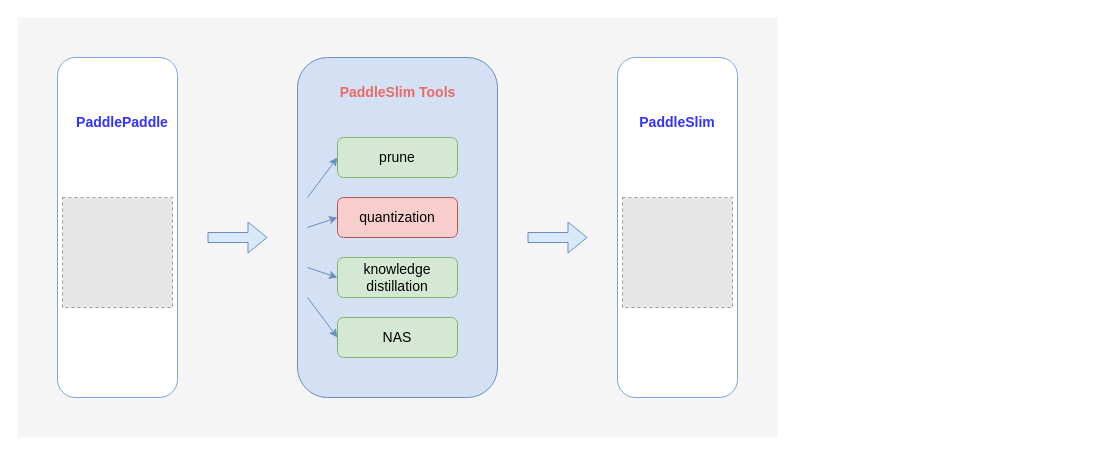
Before: PaddleSlim flow.drawio in alanzhai219/dive_into_framework, a draw.io diagram. Source tidied: cells renumbered, new cells numbered last; positions are measured from the earlier drawing's top-left corner, leaving out a move shared by most shapes. Both pictures are drawn from the tidied source at 100%, with x=0, y=0 at pixel (17, 17). Pictures stored in the file or linked from it are replaced by grey dashed boxes.
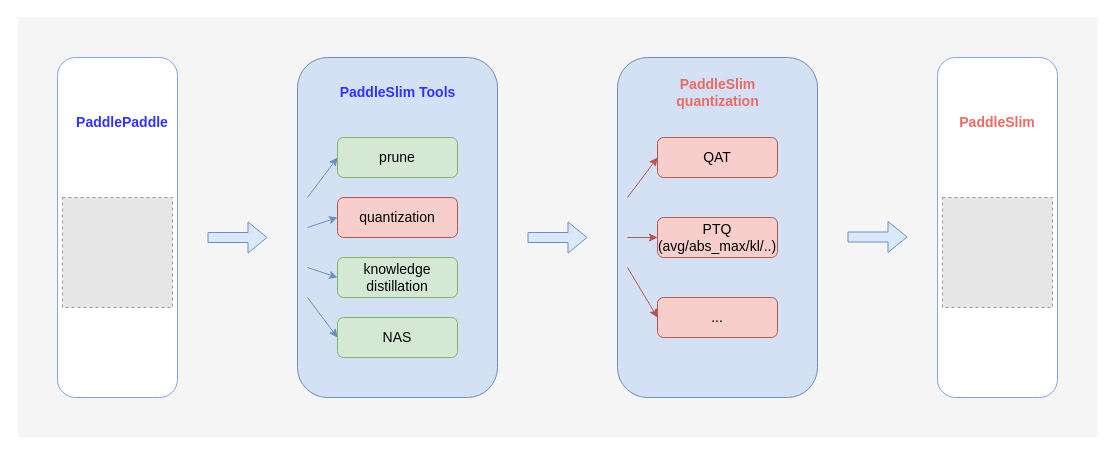
Above is the later version.

What changed in the source:
```diff
@@
     <mxCell id="2" style="rounded=0;whiteSpace=wrap;html=1;strokeColor=none;fontFamily=Helvetica;fontSize=14;fontColor=#333333;fillColor=#F5F5F5;shadow=0;glass=0;" parent="1" vertex="1">
-      <mxGeometry width="760" height="420" as="geometry" />
+      <mxGeometry width="1080" height="420" as="geometry" />
     </mxCell>
@@
     <mxCell id="7" style="rounded=1;whiteSpace=wrap;html=1;strokeColor=#7EA6E0;" parent="1" vertex="1">
-      <mxGeometry x="600" y="40" width="120" height="340" as="geometry" />
+      <mxGeometry x="920" y="40" width="120" height="340" as="geometry" />
     </mxCell>
     <mxCell id="8" style="fillColor=#E6E6E6;strokeColor=#999999;dashed=1;verticalLabelPosition=bottom;labelBackgroundColor=default;verticalAlign=top;" parent="1" vertex="1">
-      <mxGeometry x="605" y="180" width="110" height="110" as="geometry" />
+      <mxGeometry x="925" y="180" width="110" height="110" as="geometry" />
     </mxCell>
-    <mxCell id="9" value="&lt;b&gt;&lt;font color=&quot;#3333ff&quot; style=&quot;font-size: 14px;&quot;&gt;PaddleSlim&lt;/font&gt;&lt;/b&gt;" style="text;html=1;strokeColor=none;fillColor=none;align=center;verticalAlign=middle;whiteSpace=wrap;rounded=0;" parent="1" vertex="1">
-      <mxGeometry x="610" y="90" width="100" height="30" as="geometry" />
+    <mxCell id="9" value="&lt;b&gt;&lt;font color=&quot;#ea6b66&quot; style=&quot;font-size: 14px;&quot;&gt;PaddleSlim&lt;/font&gt;&lt;/b&gt;" style="text;html=1;strokeColor=none;fillColor=none;align=center;verticalAlign=middle;whiteSpace=wrap;rounded=0;" parent="1" vertex="1">
+      <mxGeometry x="930" y="90" width="100" height="30" as="geometry" />
     </mxCell>
@@
-    <mxCell id="14" value="&lt;font color=&quot;#ea6b66&quot; face=&quot;Helvetica&quot;&gt;&lt;b style=&quot;&quot;&gt;PaddleSlim Tools&lt;/b&gt;&lt;/font&gt;" style="text;html=1;strokeColor=none;fillColor=none;align=center;verticalAlign=middle;whiteSpace=wrap;rounded=0;fontFamily=Lucida Console;fontSize=14;fontColor=#3333FF;" parent="1" vertex="1">
+    <mxCell id="14" value="&lt;font face=&quot;Helvetica&quot;&gt;&lt;b style=&quot;&quot;&gt;PaddleSlim Tools&lt;/b&gt;&lt;/font&gt;" style="text;html=1;strokeColor=none;fillColor=none;align=center;verticalAlign=middle;whiteSpace=wrap;rounded=0;fontFamily=Lucida Console;fontSize=14;fontColor=#3333FF;" parent="1" vertex="1">
       <mxGeometry x="307.5" y="60" width="145" height="30" as="geometry" />
     </mxCell>
@@
+    <mxCell id="21" style="rounded=1;whiteSpace=wrap;html=1;strokeColor=#6c8ebf;fontSize=14;fillColor=#D4E1F5;" parent="1" vertex="1">
+      <mxGeometry x="600" y="40" width="200" height="340" as="geometry" />
+    </mxCell>
+    <mxCell id="22" value="QAT" style="rounded=1;whiteSpace=wrap;html=1;strokeColor=#b85450;fontSize=14;fillColor=#f8cecc;" parent="1" vertex="1">
+      <mxGeometry x="640" y="120" width="120" height="40" as="geometry" />
+    </mxCell>
+    <mxCell id="23" value="PTQ&lt;br&gt;(avg/abs_max/kl/..)" style="rounded=1;whiteSpace=wrap;html=1;strokeColor=#b85450;fontSize=14;fillColor=#f8cecc;" parent="1" vertex="1">
+      <mxGeometry x="640" y="200" width="120" height="40" as="geometry" />
+    </mxCell>
+    <mxCell id="24" value="..." style="rounded=1;whiteSpace=wrap;html=1;strokeColor=#b85450;fontSize=14;fillColor=#f8cecc;" parent="1" vertex="1">
+      <mxGeometry x="640" y="280" width="120" height="40" as="geometry" />
+    </mxCell>
+    <mxCell id="25" value="&lt;font color=&quot;#ea6b66&quot; face=&quot;Helvetica&quot;&gt;&lt;b style=&quot;&quot;&gt;PaddleSlim quantization&lt;/b&gt;&lt;/font&gt;" style="text;html=1;strokeColor=none;fillColor=none;align=center;verticalAlign=middle;whiteSpace=wrap;rounded=0;fontFamily=Lucida Console;fontSize=14;fontColor=#3333FF;" parent="1" vertex="1">
+      <mxGeometry x="627.5" y="60" width="145" height="30" as="geometry" />
+    </mxCell>
+    <mxCell id="26" style="endArrow=classic;html=1;rounded=0;fontFamily=Helvetica;fontSize=14;fontColor=#EA6B66;entryX=0;entryY=0.5;entryDx=0;entryDy=0;fillColor=#f8cecc;strokeColor=#b85450;" parent="1" edge="1" target="22">
+      <mxGeometry relative="1" as="geometry">
+        <mxPoint x="610" y="180" as="sourcePoint" />
+      </mxGeometry>
+    </mxCell>
+    <mxCell id="27" style="endArrow=classic;html=1;rounded=0;fontFamily=Helvetica;fontSize=14;fontColor=#EA6B66;entryX=0;entryY=0.5;entryDx=0;entryDy=0;fillColor=#f8cecc;strokeColor=#b85450;" parent="1" edge="1" target="23">
+      <mxGeometry relative="1" as="geometry">
+        <mxPoint x="610" y="220" as="sourcePoint" />
+      </mxGeometry>
+    </mxCell>
+    <mxCell id="28" style="endArrow=classic;html=1;rounded=0;fontFamily=Helvetica;fontSize=14;fontColor=#EA6B66;entryX=0;entryY=0.5;entryDx=0;entryDy=0;fillColor=#f8cecc;strokeColor=#b85450;" parent="1" edge="1" target="24">
+      <mxGeometry relative="1" as="geometry">
+        <mxPoint x="610" y="250" as="sourcePoint" />
+      </mxGeometry>
+    </mxCell>
+    <mxCell id="29" style="shape=flexArrow;endArrow=classic;html=1;rounded=0;fontFamily=Helvetica;fontSize=14;fontColor=#EA6B66;fillColor=#dae8fc;strokeColor=#6c8ebf;" parent="1" edge="1">
+      <mxGeometry relative="1" as="geometry">
+        <mxPoint x="830" y="219.5" as="sourcePoint" />
+        <mxPoint x="890" y="219.5" as="targetPoint" />
+      </mxGeometry>
+    </mxCell>
```
